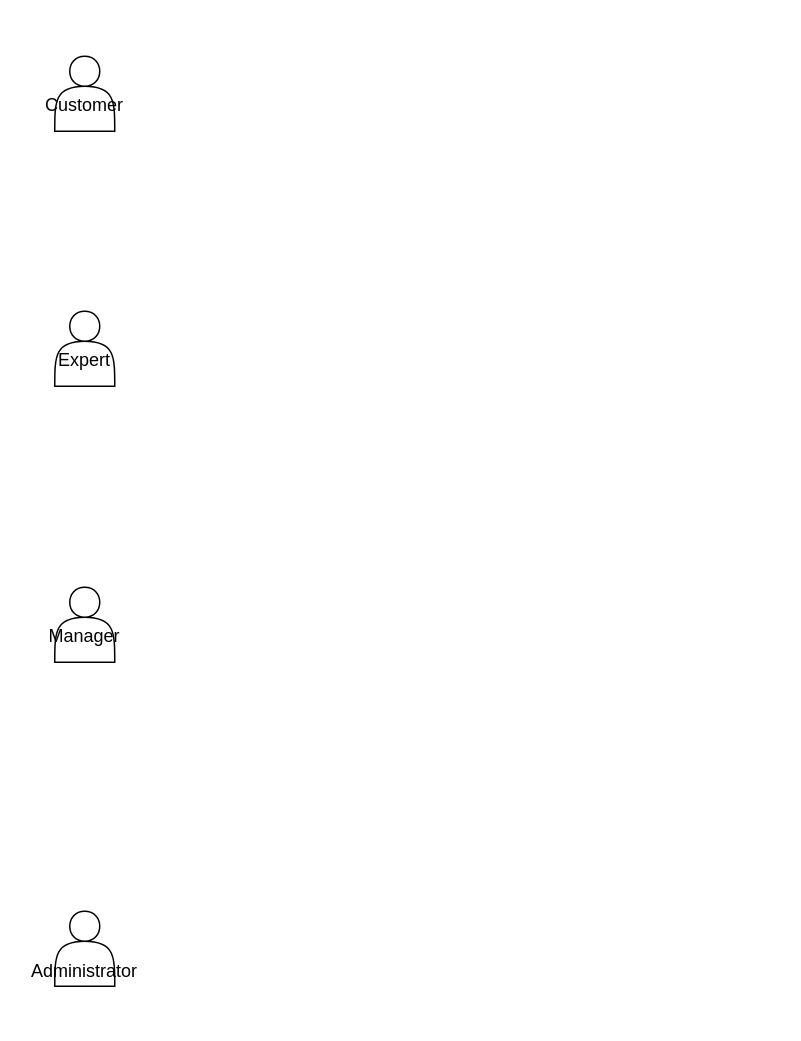
Before: page "Page-1" (1 of 2) of Untitled Diagram.drawio in tekiegirl/TheMadKatas, a draw.io diagram. Source tidied: cells renumbered, new cells numbered last; positions are measured from the earlier drawing's top-left corner, leaving out a move shared by most shapes. Both pictures are drawn from the tidied source at 150%, with x=0, y=0 at pixel (54, 56).
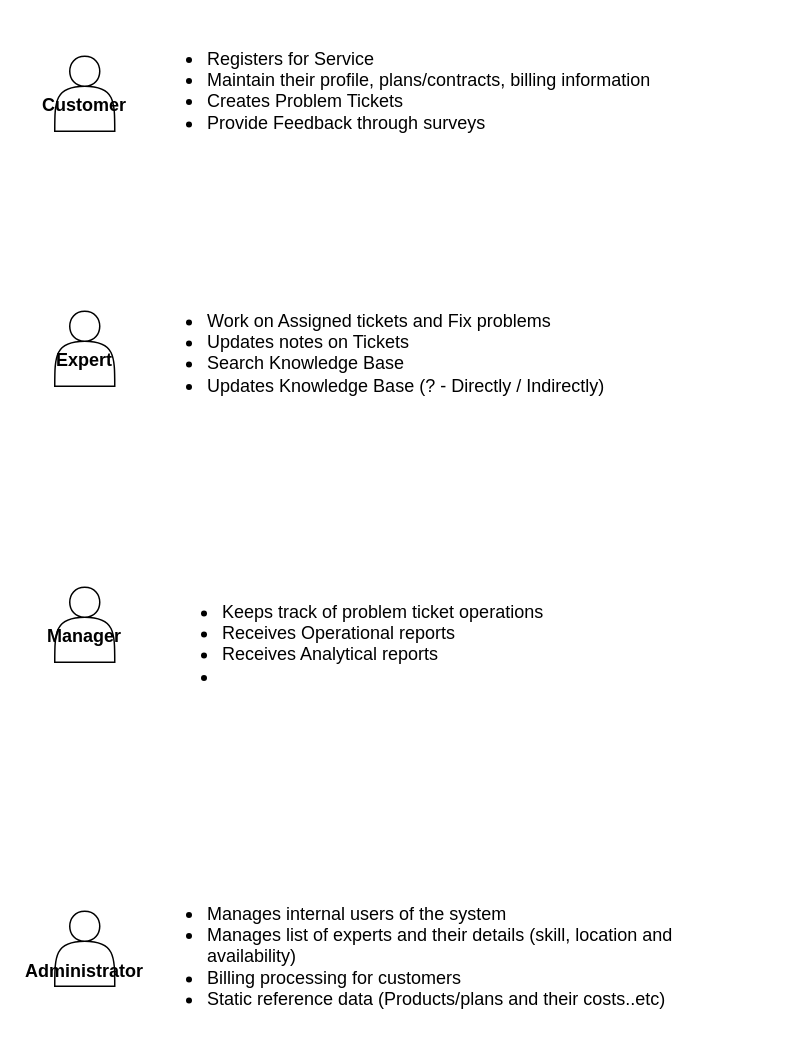
After the change.

Change to the diagram source:
```diff
@@
 <mxGraphModel>
   <root>
     <mxCell id="0" />
     <mxCell id="1" parent="0" />
-    <mxCell id="2" value="&lt;br&gt;Customer" style="shape=actor;whiteSpace=wrap;html=1;" parent="1" vertex="1">
+    <mxCell id="2" value="&lt;br&gt;Customer" style="shape=actor;whiteSpace=wrap;html=1;fontStyle=1;" parent="1" vertex="1">
       <mxGeometry width="40" height="50" as="geometry" />
     </mxCell>
-    <mxCell id="3" value="&lt;br&gt;Expert" style="shape=actor;whiteSpace=wrap;html=1;" parent="1" vertex="1">
+    <mxCell id="3" value="&lt;br&gt;Expert" style="shape=actor;whiteSpace=wrap;html=1;fontStyle=1;" parent="1" vertex="1">
       <mxGeometry y="170" width="40" height="50" as="geometry" />
     </mxCell>
-    <mxCell id="4" value="&lt;br&gt;Manager" style="shape=actor;whiteSpace=wrap;html=1;" parent="1" vertex="1">
+    <mxCell id="4" value="&lt;br&gt;Manager" style="shape=actor;whiteSpace=wrap;html=1;fontStyle=1;" parent="1" vertex="1">
       <mxGeometry y="354" width="40" height="50" as="geometry" />
     </mxCell>
-    <mxCell id="5" value="&lt;br&gt;&lt;br&gt;Administrator" style="shape=actor;whiteSpace=wrap;html=1;" parent="1" vertex="1">
+    <mxCell id="5" value="&lt;br&gt;&lt;br&gt;Administrator" style="shape=actor;whiteSpace=wrap;html=1;fontStyle=1;" parent="1" vertex="1">
       <mxGeometry y="570" width="40" height="50" as="geometry" />
     </mxCell>
+    <mxCell id="6" value="&lt;ul&gt;&lt;li&gt;Registers for Service&lt;/li&gt;&lt;li&gt;Maintain their profile, plans/contracts, billing information&lt;/li&gt;&lt;li&gt;Creates Problem Tickets&lt;/li&gt;&lt;li&gt;Provide Feedback through surveys&lt;/li&gt;&lt;/ul&gt;" style="text;strokeColor=none;fillColor=none;html=1;whiteSpace=wrap;verticalAlign=middle;overflow=hidden;" parent="1" vertex="1">
+      <mxGeometry x="60" y="-20" width="410" height="80" as="geometry" />
+    </mxCell>
+    <mxCell id="7" value="&lt;ul&gt;&lt;li&gt;Work on Assigned tickets and Fix problems&lt;/li&gt;&lt;li&gt;Updates notes on Tickets&lt;/li&gt;&lt;li&gt;Search Knowledge Base&lt;/li&gt;&lt;li&gt;Updates Knowledge Base (? - Directly / Indirectly)&lt;/li&gt;&lt;/ul&gt;" style="text;strokeColor=none;fillColor=none;html=1;whiteSpace=wrap;verticalAlign=middle;overflow=hidden;" parent="1" vertex="1">
+      <mxGeometry x="60" y="155" width="410" height="80" as="geometry" />
+    </mxCell>
+    <mxCell id="8" value="&lt;ul&gt;&lt;li&gt;Manages internal users of the system&lt;/li&gt;&lt;li&gt;Manages list of experts and their details (skill, location and availability)&lt;/li&gt;&lt;li&gt;Billing processing for customers&lt;/li&gt;&lt;li&gt;Static reference data (Products/plans and their costs..etc)&lt;/li&gt;&lt;li&gt;&lt;br&gt;&lt;/li&gt;&lt;/ul&gt;" style="text;strokeColor=none;fillColor=none;html=1;whiteSpace=wrap;verticalAlign=middle;overflow=hidden;" parent="1" vertex="1">
+      <mxGeometry x="60" y="550" width="410" height="90" as="geometry" />
+    </mxCell>
+    <mxCell id="9" value="&lt;ul&gt;&lt;li&gt;Keeps track of problem ticket operations&lt;/li&gt;&lt;li&gt;Receives Operational reports&lt;/li&gt;&lt;li&gt;Receives Analytical reports&lt;/li&gt;&lt;li&gt;&lt;br&gt;&lt;/li&gt;&lt;/ul&gt;" style="text;strokeColor=none;fillColor=none;html=1;whiteSpace=wrap;verticalAlign=middle;overflow=hidden;" parent="1" vertex="1">
+      <mxGeometry x="70" y="349" width="410" height="80" as="geometry" />
+    </mxCell>
   </root>
 </mxGraphModel>
```
